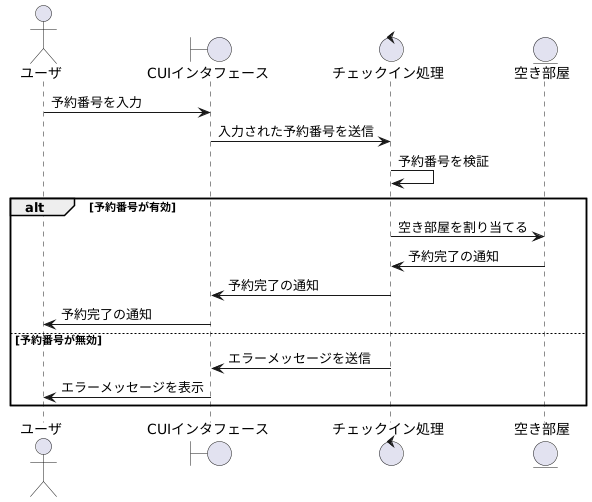
Before: out/system_analysis/communication/checkin.png, a diagram exported from PlantUML (Itsunori/software_eng). The source it was exported from:
```plantuml
@startuml
actor ユーザ
boundary CUIインタフェース
control チェックイン処理
entity 空き部屋

ユーザ -> CUIインタフェース: 予約番号を入力
CUIインタフェース -> チェックイン処理: 入力された予約番号を送信
チェックイン処理 -> チェックイン処理: 予約番号を検証
alt 予約番号が有効
    チェックイン処理 -> 空き部屋: 空き部屋を割り当てる
    空き部屋 -> チェックイン処理: 予約完了の通知
    チェックイン処理 -> CUIインタフェース: 予約完了の通知
    CUIインタフェース -> ユーザ: 予約完了の通知
else 予約番号が無効
    チェックイン処理 -> CUIインタフェース: エラーメッセージを送信
    CUIインタフェース -> ユーザ: エラーメッセージを表示
end

@enduml
```
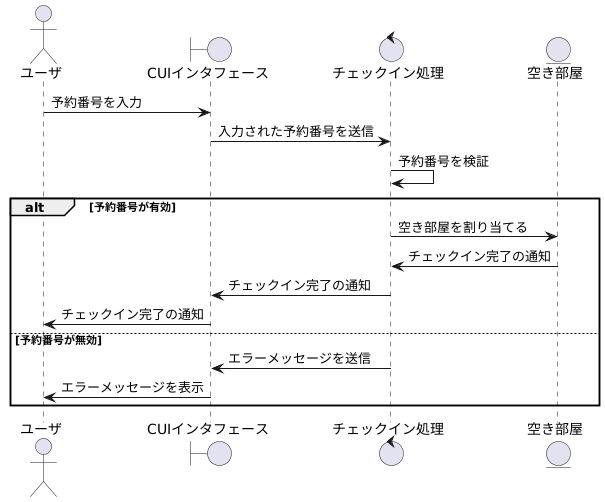
After the change.

Diff of the diagram source:
```diff
@@ -9,9 +9,9 @@
 チェックイン処理 -> チェックイン処理: 予約番号を検証
 alt 予約番号が有効
     チェックイン処理 -> 空き部屋: 空き部屋を割り当てる
-    空き部屋 -> チェックイン処理: 予約完了の通知
-    チェックイン処理 -> CUIインタフェース: 予約完了の通知
-    CUIインタフェース -> ユーザ: 予約完了の通知
+    空き部屋 -> チェックイン処理: チェックイン完了の通知
+    チェックイン処理 -> CUIインタフェース: チェックイン完了の通知
+    CUIインタフェース -> ユーザ: チェックイン完了の通知
 else 予約番号が無効
     チェックイン処理 -> CUIインタフェース: エラーメッセージを送信
     CUIインタフェース -> ユーザ: エラーメッセージを表示
```
